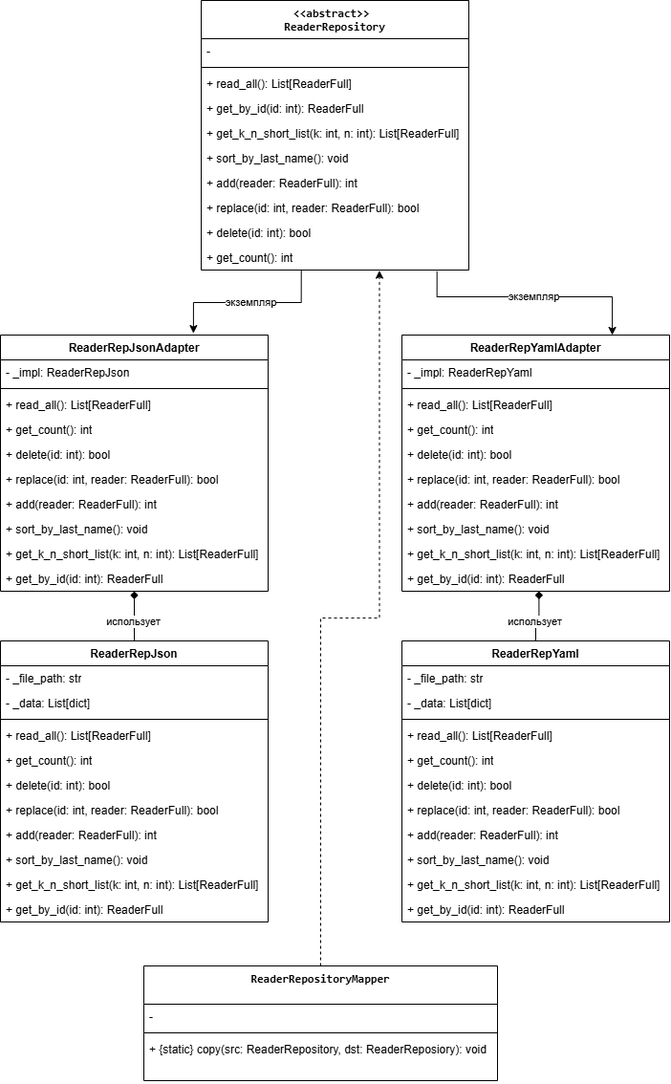
Above: Lab02/DIagram.png in ArtyomShumaylov/Design-of-informational-systems (draw.io), before the change. Source tidied: cells renumbered, new cells last; positions are measured from the earlier drawing's top-left corner, leaving out a move shared by most shapes.
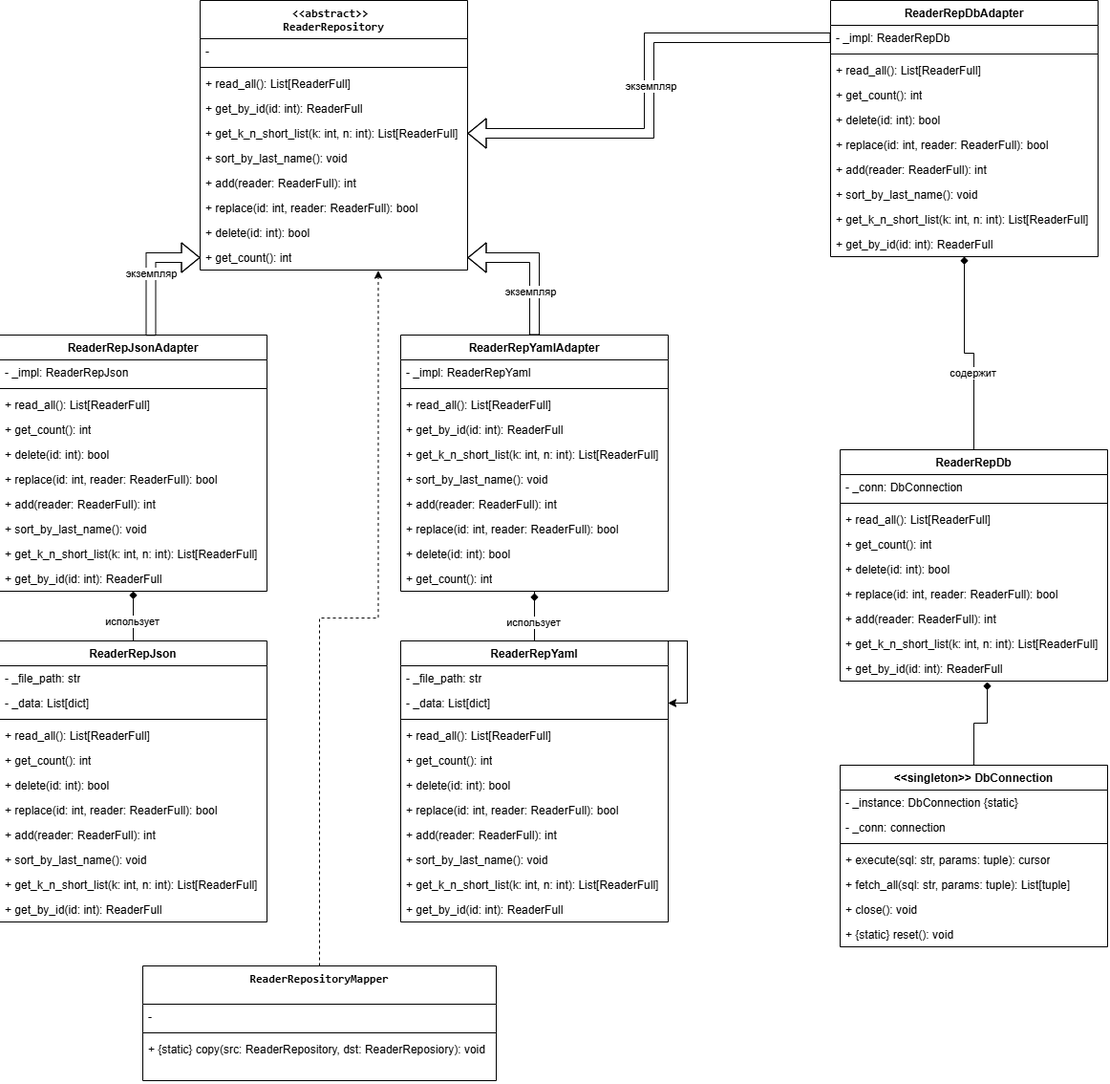
Above is the later version.

What changed in the source:
```diff
@@ -140,6 +140,18 @@
     <mxCell id="47" value="+ get_by_id(id: int): ReaderFull" style="text;strokeColor=none;fillColor=none;align=left;verticalAlign=top;spacingLeft=4;spacingRight=4;overflow=hidden;whiteSpace=wrap;html=1;" parent="37" vertex="1">
       <mxGeometry y="242" width="280" height="26" as="geometry" />
     </mxCell>
+    <mxCell id="72" style="edgeStyle=orthogonalEdgeStyle;rounded=0;jettySize=auto;html=1;" parent="1" edge="1" source="48" target="27">
+      <mxGeometry relative="1" as="geometry" />
+    </mxCell>
+    <mxCell id="73" style="edgeStyle=orthogonalEdgeStyle;rounded=0;jettySize=auto;html=1;" parent="1" edge="1" source="48" target="27">
+      <mxGeometry relative="1" as="geometry" />
+    </mxCell>
+    <mxCell id="74" style="edgeStyle=orthogonalEdgeStyle;rounded=0;jettySize=auto;html=1;entryX=1;entryY=0.5;entryDx=0;entryDy=0;shape=flexArrow;" parent="1" edge="1" source="48" target="12">
+      <mxGeometry relative="1" as="geometry" />
+    </mxCell>
+    <mxCell id="75" value="экземпляр" style="edgeLabel;html=1;align=center;verticalAlign=middle;" parent="74" vertex="1">
+      <mxGeometry x="-0.39" y="4" relative="1" as="geometry" />
+    </mxCell>
     <mxCell id="48" value="ReaderRepYamlAdapter" style="swimlane;fontStyle=1;align=center;verticalAlign=top;horizontal=1;startSize=26;whiteSpace=wrap;html=1;" parent="1" vertex="1">
       <mxGeometry x="420" y="350" width="280" height="268" as="geometry" />
     </mxCell>
@@ -152,27 +164,27 @@
     <mxCell id="51" value="+ read_all(): List[ReaderFull]" style="text;strokeColor=none;fillColor=none;align=left;verticalAlign=top;spacingLeft=4;spacingRight=4;overflow=hidden;whiteSpace=wrap;html=1;" parent="48" vertex="1">
       <mxGeometry y="60" width="280" height="26" as="geometry" />
     </mxCell>
+    <mxCell id="58" value="+ get_by_id(id: int): ReaderFull" style="text;strokeColor=none;fillColor=none;align=left;verticalAlign=top;spacingLeft=4;spacingRight=4;overflow=hidden;points=[[0,0.5],[1,0.5]];portConstraint=eastwest;whiteSpace=wrap;html=1;" parent="48" vertex="1">
+      <mxGeometry y="86" width="280" height="26" as="geometry" />
+    </mxCell>
+    <mxCell id="57" value="+ get_k_n_short_list(k: int, n: int): List[ReaderFull]" style="text;strokeColor=none;fillColor=none;align=left;verticalAlign=top;spacingLeft=4;spacingRight=4;overflow=hidden;whiteSpace=wrap;html=1;" parent="48" vertex="1">
+      <mxGeometry y="112" width="280" height="26" as="geometry" />
+    </mxCell>
+    <mxCell id="56" value="+ sort_by_last_name(): void" style="text;strokeColor=none;fillColor=none;align=left;verticalAlign=top;spacingLeft=4;spacingRight=4;overflow=hidden;whiteSpace=wrap;html=1;" parent="48" vertex="1">
+      <mxGeometry y="138" width="280" height="26" as="geometry" />
+    </mxCell>
+    <mxCell id="55" value="+ add(reader: ReaderFull): int" style="text;strokeColor=none;fillColor=none;align=left;verticalAlign=top;spacingLeft=4;spacingRight=4;overflow=hidden;whiteSpace=wrap;html=1;" parent="48" vertex="1">
+      <mxGeometry y="164" width="280" height="26" as="geometry" />
+    </mxCell>
+    <mxCell id="54" value="+ replace(id: int, reader: ReaderFull): bool" style="text;strokeColor=none;fillColor=none;align=left;verticalAlign=top;spacingLeft=4;spacingRight=4;overflow=hidden;whiteSpace=wrap;html=1;" parent="48" vertex="1">
+      <mxGeometry y="190" width="280" height="26" as="geometry" />
+    </mxCell>
+    <mxCell id="53" value="+ delete(id: int): bool" style="text;strokeColor=none;fillColor=none;align=left;verticalAlign=top;spacingLeft=4;spacingRight=4;overflow=hidden;whiteSpace=wrap;html=1;" parent="48" vertex="1">
+      <mxGeometry y="216" width="280" height="26" as="geometry" />
+    </mxCell>
     <mxCell id="52" value="+ get_count(&lt;span style=&quot;background-color: transparent; color: light-dark(rgb(0, 0, 0), rgb(255, 255, 255));&quot;&gt;): int&lt;/span&gt;" style="text;strokeColor=none;fillColor=none;align=left;verticalAlign=top;spacingLeft=4;spacingRight=4;overflow=hidden;whiteSpace=wrap;html=1;" parent="48" vertex="1">
-      <mxGeometry y="86" width="280" height="26" as="geometry" />
+      <mxGeometry y="242" width="280" height="26" as="geometry" />
     </mxCell>
-    <mxCell id="53" value="+ delete(id: int): bool" style="text;strokeColor=none;fillColor=none;align=left;verticalAlign=top;spacingLeft=4;spacingRight=4;overflow=hidden;whiteSpace=wrap;html=1;" parent="48" vertex="1">
-      <mxGeometry y="112" width="280" height="26" as="geometry" />
-    </mxCell>
-    <mxCell id="54" value="+ replace(id: int, reader: ReaderFull): bool" style="text;strokeColor=none;fillColor=none;align=left;verticalAlign=top;spacingLeft=4;spacingRight=4;overflow=hidden;whiteSpace=wrap;html=1;" parent="48" vertex="1">
-      <mxGeometry y="138" width="280" height="26" as="geometry" />
-    </mxCell>
-    <mxCell id="55" value="+ add(reader: ReaderFull): int" style="text;strokeColor=none;fillColor=none;align=left;verticalAlign=top;spacingLeft=4;spacingRight=4;overflow=hidden;whiteSpace=wrap;html=1;" parent="48" vertex="1">
-      <mxGeometry y="164" width="280" height="26" as="geometry" />
-    </mxCell>
-    <mxCell id="56" value="+ sort_by_last_name(): void" style="text;strokeColor=none;fillColor=none;align=left;verticalAlign=top;spacingLeft=4;spacingRight=4;overflow=hidden;whiteSpace=wrap;html=1;" parent="48" vertex="1">
-      <mxGeometry y="190" width="280" height="26" as="geometry" />
-    </mxCell>
-    <mxCell id="57" value="+ get_k_n_short_list(k: int, n: int): List[ReaderFull]" style="text;strokeColor=none;fillColor=none;align=left;verticalAlign=top;spacingLeft=4;spacingRight=4;overflow=hidden;whiteSpace=wrap;html=1;" parent="48" vertex="1">
-      <mxGeometry y="216" width="280" height="26" as="geometry" />
-    </mxCell>
-    <mxCell id="58" value="+ get_by_id(id: int): ReaderFull" style="text;strokeColor=none;fillColor=none;align=left;verticalAlign=top;spacingLeft=4;spacingRight=4;overflow=hidden;points=[[0,0.5],[1,0.5]];portConstraint=eastwest;whiteSpace=wrap;html=1;" parent="48" vertex="1">
-      <mxGeometry y="242" width="280" height="26" as="geometry" />
-    </mxCell>
     <mxCell id="59" style="edgeStyle=orthogonalEdgeStyle;rounded=0;jettySize=auto;html=1;exitX=0.5;exitY=0;exitDx=0;exitDy=0;entryX=0.666;entryY=1.021;entryDx=0;entryDy=0;entryPerimeter=0;dashed=1;" parent="1" edge="1" source="60" target="12">
       <mxGeometry relative="1" as="geometry" />
     </mxCell>
@@ -188,7 +200,7 @@
     <mxCell id="63" value="+ {static} copy(src: ReaderRepository, dst: ReaderReposiory): void" style="text;strokeColor=none;fillColor=none;align=left;verticalAlign=top;spacingLeft=4;spacingRight=4;overflow=hidden;whiteSpace=wrap;html=1;" parent="60" vertex="1">
       <mxGeometry y="74" width="370" height="46" as="geometry" />
     </mxCell>
-    <mxCell id="64" style="edgeStyle=orthogonalEdgeStyle;rounded=0;jettySize=auto;html=1;exitX=0.374;exitY=1.026;exitDx=0;exitDy=0;exitPerimeter=0;entryX=0.721;entryY=-0.007;entryDx=0;entryDy=0;entryPerimeter=0;" parent="1" edge="1" source="12" target="37">
+    <mxCell id="64" style="edgeStyle=orthogonalEdgeStyle;rounded=0;jettySize=auto;html=1;exitX=0.566;exitY=0.003;exitDx=0;exitDy=0;exitPerimeter=0;entryX=0;entryY=0.5;entryDx=0;entryDy=0;shape=flexArrow;" parent="1" edge="1" source="37" target="12">
       <mxGeometry relative="1" as="geometry" />
     </mxCell>
     <mxCell id="65" value="экземпляр" style="edgeLabel;html=1;align=center;verticalAlign=middle;" parent="64" vertex="1">
@@ -200,22 +212,115 @@
     <mxCell id="67" value="использует" style="edgeLabel;html=1;align=center;verticalAlign=middle;" parent="66" vertex="1">
       <mxGeometry x="-0.24" y="1" relative="1" as="geometry" />
     </mxCell>
-    <mxCell id="68" style="edgeStyle=orthogonalEdgeStyle;rounded=0;jettySize=auto;html=1;exitX=0.881;exitY=1.051;exitDx=0;exitDy=0;entryX=0.786;entryY=0;entryDx=0;entryDy=0;entryPerimeter=0;exitPerimeter=0;" parent="1" edge="1" source="12" target="48">
-      <mxGeometry relative="1" as="geometry">
-        <Array as="points">
-          <mxPoint x="456.7" y="310" />
-          <mxPoint x="640.1" y="310" />
-        </Array>
-      </mxGeometry>
-    </mxCell>
-    <mxCell id="69" value="экземпляр" style="edgeLabel;html=1;align=center;verticalAlign=middle;" parent="68" vertex="1">
-      <mxGeometry x="0.02" relative="1" as="geometry" />
-    </mxCell>
-    <mxCell id="70" style="edgeStyle=orthogonalEdgeStyle;rounded=0;jettySize=auto;html=1;entryX=0.512;entryY=1;entryDx=0;entryDy=0;endArrow=diamond;endFill=1;entryPerimeter=0;" parent="1" edge="1" source="25" target="58">
-      <mxGeometry relative="1" as="geometry" />
+    <mxCell id="70" style="edgeStyle=orthogonalEdgeStyle;rounded=0;jettySize=auto;html=1;endArrow=diamond;endFill=1;" parent="1" edge="1" source="25">
+      <mxGeometry relative="1" as="geometry">
+        <mxPoint x="560" y="620" as="targetPoint" />
+      </mxGeometry>
     </mxCell>
     <mxCell id="71" value="использует" style="edgeLabel;html=1;align=center;verticalAlign=middle;" parent="70" vertex="1">
       <mxGeometry x="-0.24" y="1" relative="1" as="geometry" />
     </mxCell>
+    <mxCell id="76" value="ReaderRepDbAdapter" style="swimlane;fontStyle=1;align=center;verticalAlign=top;horizontal=1;startSize=26;whiteSpace=wrap;html=1;" parent="1" vertex="1">
+      <mxGeometry x="870" width="280" height="268" as="geometry" />
+    </mxCell>
+    <mxCell id="77" value="- _impl: ReaderRepDb" style="text;strokeColor=none;fillColor=none;align=left;verticalAlign=top;spacingLeft=4;spacingRight=4;overflow=hidden;points=[[0,0.5],[1,0.5]];portConstraint=eastwest;whiteSpace=wrap;html=1;" parent="76" vertex="1">
+      <mxGeometry y="26" width="280" height="26" as="geometry" />
+    </mxCell>
+    <mxCell id="78" style="line;strokeWidth=1;fillColor=none;align=left;verticalAlign=middle;spacingTop=-1;spacingLeft=3;spacingRight=3;labelPosition=right;strokeColor=inherit;" parent="76" vertex="1">
+      <mxGeometry y="52" width="280" height="8" as="geometry" />
+    </mxCell>
+    <mxCell id="79" value="+ read_all(): List[ReaderFull]" style="text;strokeColor=none;fillColor=none;align=left;verticalAlign=top;spacingLeft=4;spacingRight=4;overflow=hidden;whiteSpace=wrap;html=1;" parent="76" vertex="1">
+      <mxGeometry y="60" width="280" height="26" as="geometry" />
+    </mxCell>
+    <mxCell id="80" value="+ get_count(&lt;span style=&quot;background-color: transparent; color: light-dark(rgb(0, 0, 0), rgb(255, 255, 255));&quot;&gt;): int&lt;/span&gt;" style="text;strokeColor=none;fillColor=none;align=left;verticalAlign=top;spacingLeft=4;spacingRight=4;overflow=hidden;whiteSpace=wrap;html=1;" parent="76" vertex="1">
+      <mxGeometry y="86" width="280" height="26" as="geometry" />
+    </mxCell>
+    <mxCell id="81" value="+ delete(id: int): bool" style="text;strokeColor=none;fillColor=none;align=left;verticalAlign=top;spacingLeft=4;spacingRight=4;overflow=hidden;whiteSpace=wrap;html=1;" parent="76" vertex="1">
+      <mxGeometry y="112" width="280" height="26" as="geometry" />
+    </mxCell>
+    <mxCell id="82" value="+ replace(id: int, reader: ReaderFull): bool" style="text;strokeColor=none;fillColor=none;align=left;verticalAlign=top;spacingLeft=4;spacingRight=4;overflow=hidden;whiteSpace=wrap;html=1;" parent="76" vertex="1">
+      <mxGeometry y="138" width="280" height="26" as="geometry" />
+    </mxCell>
+    <mxCell id="83" value="+ add(reader: ReaderFull): int" style="text;strokeColor=none;fillColor=none;align=left;verticalAlign=top;spacingLeft=4;spacingRight=4;overflow=hidden;whiteSpace=wrap;html=1;" parent="76" vertex="1">
+      <mxGeometry y="164" width="280" height="26" as="geometry" />
+    </mxCell>
+    <mxCell id="84" value="+ sort_by_last_name(): void" style="text;strokeColor=none;fillColor=none;align=left;verticalAlign=top;spacingLeft=4;spacingRight=4;overflow=hidden;whiteSpace=wrap;html=1;" parent="76" vertex="1">
+      <mxGeometry y="190" width="280" height="26" as="geometry" />
+    </mxCell>
+    <mxCell id="85" value="+ get_k_n_short_list(k: int, n: int): List[ReaderFull]" style="text;strokeColor=none;fillColor=none;align=left;verticalAlign=top;spacingLeft=4;spacingRight=4;overflow=hidden;whiteSpace=wrap;html=1;" parent="76" vertex="1">
+      <mxGeometry y="216" width="280" height="26" as="geometry" />
+    </mxCell>
+    <mxCell id="86" value="+ get_by_id(id: int): ReaderFull" style="text;strokeColor=none;fillColor=none;align=left;verticalAlign=top;spacingLeft=4;spacingRight=4;overflow=hidden;whiteSpace=wrap;html=1;" parent="76" vertex="1">
+      <mxGeometry y="242" width="280" height="26" as="geometry" />
+    </mxCell>
+    <mxCell id="87" value="ReaderRepDb" style="swimlane;fontStyle=1;align=center;verticalAlign=top;horizontal=1;startSize=26;whiteSpace=wrap;html=1;" parent="1" vertex="1">
+      <mxGeometry x="880" y="470" width="280" height="242" as="geometry" />
+    </mxCell>
+    <mxCell id="88" value="- _conn: DbConnection" style="text;strokeColor=none;fillColor=none;align=left;verticalAlign=top;spacingLeft=4;spacingRight=4;overflow=hidden;whiteSpace=wrap;html=1;" parent="87" vertex="1">
+      <mxGeometry y="26" width="280" height="26" as="geometry" />
+    </mxCell>
+    <mxCell id="89" style="line;strokeWidth=1;fillColor=none;align=left;verticalAlign=middle;spacingTop=-1;spacingLeft=3;spacingRight=3;labelPosition=right;strokeColor=inherit;" parent="87" vertex="1">
+      <mxGeometry y="52" width="280" height="8" as="geometry" />
+    </mxCell>
+    <mxCell id="90" value="+ read_all(): List[ReaderFull]" style="text;strokeColor=none;fillColor=none;align=left;verticalAlign=top;spacingLeft=4;spacingRight=4;overflow=hidden;whiteSpace=wrap;html=1;" parent="87" vertex="1">
+      <mxGeometry y="60" width="280" height="26" as="geometry" />
+    </mxCell>
+    <mxCell id="91" value="+ get_count(&lt;span style=&quot;background-color: transparent; color: light-dark(rgb(0, 0, 0), rgb(255, 255, 255));&quot;&gt;): int&lt;/span&gt;" style="text;strokeColor=none;fillColor=none;align=left;verticalAlign=top;spacingLeft=4;spacingRight=4;overflow=hidden;whiteSpace=wrap;html=1;" parent="87" vertex="1">
+      <mxGeometry y="86" width="280" height="26" as="geometry" />
+    </mxCell>
+    <mxCell id="92" value="+ delete(id: int): bool" style="text;strokeColor=none;fillColor=none;align=left;verticalAlign=top;spacingLeft=4;spacingRight=4;overflow=hidden;whiteSpace=wrap;html=1;" parent="87" vertex="1">
+      <mxGeometry y="112" width="280" height="26" as="geometry" />
+    </mxCell>
+    <mxCell id="93" value="+ replace(id: int, reader: ReaderFull): bool" style="text;strokeColor=none;fillColor=none;align=left;verticalAlign=top;spacingLeft=4;spacingRight=4;overflow=hidden;whiteSpace=wrap;html=1;" parent="87" vertex="1">
+      <mxGeometry y="138" width="280" height="26" as="geometry" />
+    </mxCell>
+    <mxCell id="94" value="+ add(reader: ReaderFull): int" style="text;strokeColor=none;fillColor=none;align=left;verticalAlign=top;spacingLeft=4;spacingRight=4;overflow=hidden;whiteSpace=wrap;html=1;" parent="87" vertex="1">
+      <mxGeometry y="164" width="280" height="26" as="geometry" />
+    </mxCell>
+    <mxCell id="95" value="+ get_k_n_short_list(k: int, n: int): List[ReaderFull]" style="text;strokeColor=none;fillColor=none;align=left;verticalAlign=top;spacingLeft=4;spacingRight=4;overflow=hidden;whiteSpace=wrap;html=1;" parent="87" vertex="1">
+      <mxGeometry y="190" width="280" height="26" as="geometry" />
+    </mxCell>
+    <mxCell id="96" value="+ get_by_id(id: int): ReaderFull" style="text;strokeColor=none;fillColor=none;align=left;verticalAlign=top;spacingLeft=4;spacingRight=4;overflow=hidden;points=[[0,0.5],[1,0.5]];portConstraint=eastwest;whiteSpace=wrap;html=1;" parent="87" vertex="1">
+      <mxGeometry y="216" width="280" height="26" as="geometry" />
+    </mxCell>
+    <mxCell id="97" value="&amp;lt;&amp;lt;singleton&amp;gt;&amp;gt; DbConnection" style="swimlane;fontStyle=1;align=center;verticalAlign=top;horizontal=1;startSize=26;whiteSpace=wrap;html=1;" parent="1" vertex="1">
+      <mxGeometry x="880" y="800" width="280" height="190" as="geometry" />
+    </mxCell>
+    <mxCell id="98" value="- _instance: DbConnection {static}" style="text;strokeColor=none;fillColor=none;align=left;verticalAlign=top;spacingLeft=4;spacingRight=4;overflow=hidden;whiteSpace=wrap;html=1;" parent="97" vertex="1">
+      <mxGeometry y="26" width="280" height="26" as="geometry" />
+    </mxCell>
+    <mxCell id="99" value="- _conn: connection" style="text;strokeColor=none;fillColor=none;align=left;verticalAlign=top;spacingLeft=4;spacingRight=4;overflow=hidden;whiteSpace=wrap;html=1;" parent="97" vertex="1">
+      <mxGeometry y="52" width="280" height="26" as="geometry" />
+    </mxCell>
+    <mxCell id="100" style="line;strokeWidth=1;fillColor=none;align=left;verticalAlign=middle;spacingTop=-1;spacingLeft=3;spacingRight=3;labelPosition=right;strokeColor=inherit;" parent="97" vertex="1">
+      <mxGeometry y="78" width="280" height="8" as="geometry" />
+    </mxCell>
+    <mxCell id="101" value="+ execute(sql: str, params: tuple): cursor" style="text;strokeColor=none;fillColor=none;align=left;verticalAlign=top;spacingLeft=4;spacingRight=4;overflow=hidden;whiteSpace=wrap;html=1;" parent="97" vertex="1">
+      <mxGeometry y="86" width="280" height="26" as="geometry" />
+    </mxCell>
+    <mxCell id="102" value="+ fetch_all(sql: str, params: tuple): List[tuple]" style="text;strokeColor=none;fillColor=none;align=left;verticalAlign=top;spacingLeft=4;spacingRight=4;overflow=hidden;whiteSpace=wrap;html=1;" parent="97" vertex="1">
+      <mxGeometry y="112" width="280" height="26" as="geometry" />
+    </mxCell>
+    <mxCell id="103" value="+ close(): void" style="text;strokeColor=none;fillColor=none;align=left;verticalAlign=top;spacingLeft=4;spacingRight=4;overflow=hidden;whiteSpace=wrap;html=1;" parent="97" vertex="1">
+      <mxGeometry y="138" width="280" height="26" as="geometry" />
+    </mxCell>
+    <mxCell id="104" value="+ {static} reset(): void" style="text;strokeColor=none;fillColor=none;align=left;verticalAlign=top;spacingLeft=4;spacingRight=4;overflow=hidden;whiteSpace=wrap;html=1;" parent="97" vertex="1">
+      <mxGeometry y="164" width="280" height="26" as="geometry" />
+    </mxCell>
+    <mxCell id="105" style="edgeStyle=orthogonalEdgeStyle;rounded=0;jettySize=auto;html=1;entryX=1;entryY=0.5;entryDx=0;entryDy=0;shape=flexArrow;exitX=0;exitY=0.5;exitDx=0;exitDy=0;" parent="1" edge="1" source="77" target="7">
+      <mxGeometry relative="1" as="geometry" />
+    </mxCell>
+    <mxCell id="106" value="экземпляр" style="edgeLabel;html=1;align=center;verticalAlign=middle;" parent="105" vertex="1">
+      <mxGeometry y="2" relative="1" as="geometry" />
+    </mxCell>
+    <mxCell id="107" style="edgeStyle=orthogonalEdgeStyle;rounded=0;jettySize=auto;html=1;endArrow=diamond;endFill=1;entryX=0.5;entryY=1;entryDx=0;entryDy=0;exitX=0.5;exitY=0;exitDx=0;exitDy=0;" parent="1" edge="1" source="87" target="76">
+      <mxGeometry relative="1" as="geometry" />
+    </mxCell>
+    <mxCell id="108" value="содержит" style="edgeLabel;html=1;align=center;verticalAlign=middle;" parent="107" vertex="1">
+      <mxGeometry x="-0.24" y="1" relative="1" as="geometry" />
+    </mxCell>
+    <mxCell id="109" style="edgeStyle=orthogonalEdgeStyle;rounded=0;jettySize=auto;html=1;endArrow=diamond;endFill=1;entryX=0.55;entryY=1.038;entryDx=0;entryDy=0;exitX=0.5;exitY=0;exitDx=0;exitDy=0;entryPerimeter=0;" parent="1" edge="1" source="97" target="96">
+      <mxGeometry relative="1" as="geometry" />
+    </mxCell>
   </root>
 </mxGraphModel>
```
